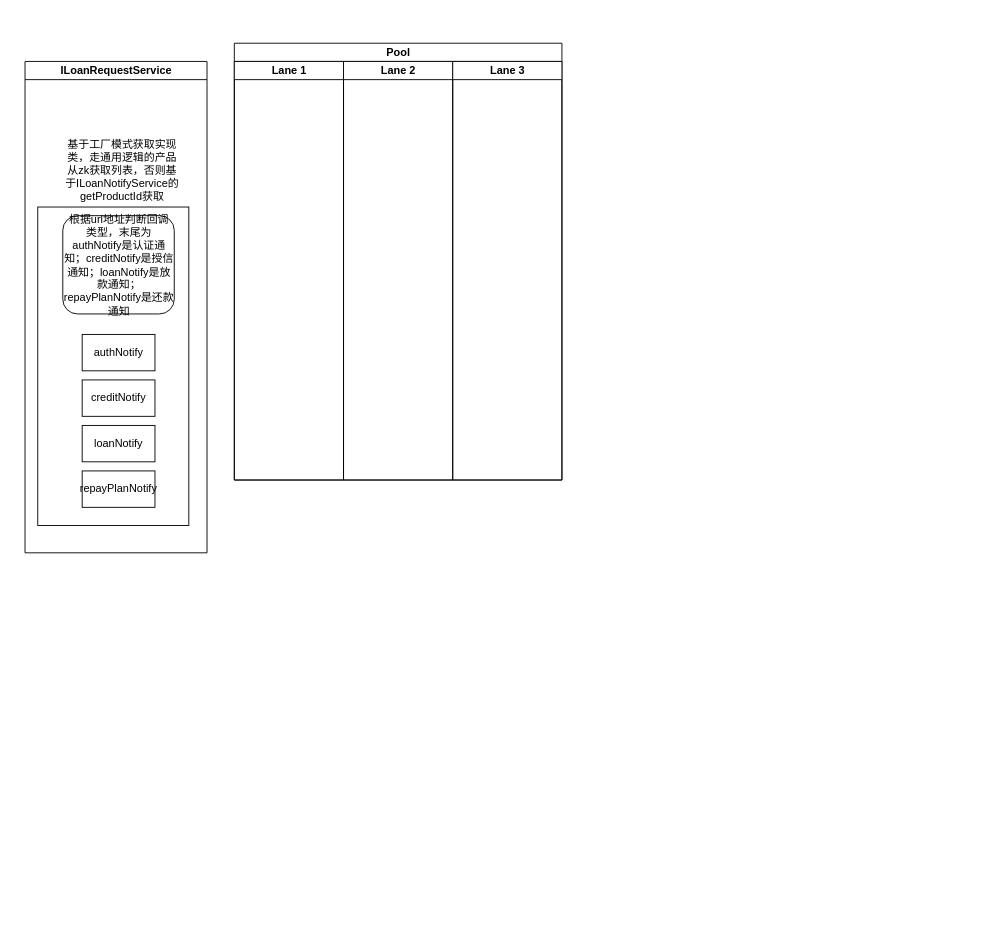
Above: 未命名绘图.drawio in 789489498/kafka-trunk (draw.io), before the change. Source tidied: cells renumbered, new cells numbered last; positions are measured from the earlier drawing's top-left corner, leaving out a move shared by most shapes. Both pictures are drawn from the tidied source at 91%, with x=0, y=0 at pixel (25, 43).
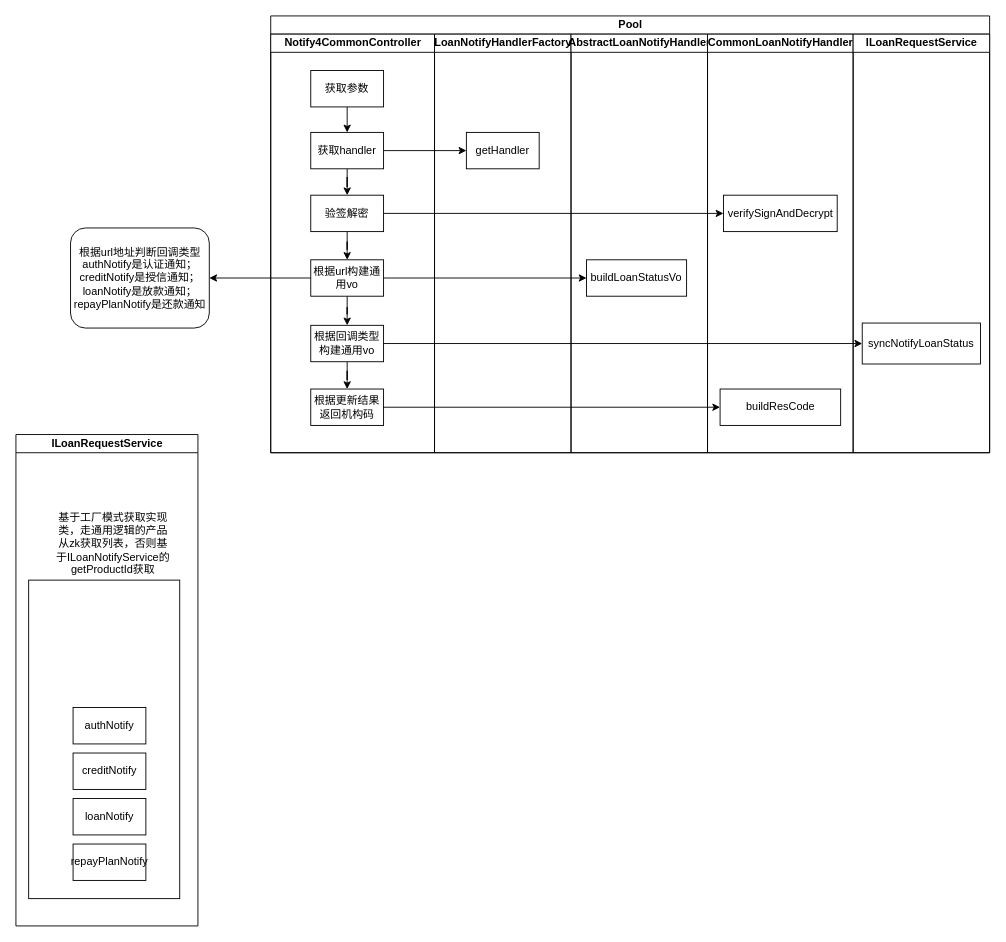
The same diagram, later.

Commit message (it also covers changes not shown here):
更新未命名绘图.drawio

Change to the diagram source:
```diff
@@
     <mxCell id="2" value="ILoanRequestService" style="swimlane;startSize=20;html=1;" parent="1" vertex="1">
-      <mxGeometry y="20" width="200" height="540" as="geometry" />
+      <mxGeometry x="-10" y="430" width="200" height="540" as="geometry" />
     </mxCell>
@@
-    <mxCell id="4" value="根据url地址判断回调类型，末尾为authNotify是认证通知；creditNotify是授信通知；loanNotify是放款通知；repayPlanNotify是还款通知" style="rounded=1;whiteSpace=wrap;html=1;" parent="2" vertex="1">
-      <mxGeometry x="41.5" y="169.5" width="122.5" height="108" as="geometry" />
-    </mxCell>
@@
     <mxCell id="10" value="Pool" style="swimlane;startSize=20;html=1;" parent="1" vertex="1">
-      <mxGeometry x="230" width="360" height="480" as="geometry" />
+      <mxGeometry x="270" y="-30" width="790" height="480" as="geometry" />
     </mxCell>
-    <mxCell id="11" value="Lane 1" style="swimlane;startSize=20;html=1;" parent="10" vertex="1">
-      <mxGeometry y="20" width="120" height="460" as="geometry" />
+    <mxCell id="11" value="&lt;div&gt;Notify4CommonController&lt;/div&gt;" style="swimlane;startSize=20;html=1;" parent="10" vertex="1">
+      <mxGeometry y="20" width="180" height="460" as="geometry" />
     </mxCell>
+    <mxCell id="14" style="edgeStyle=orthogonalEdgeStyle;rounded=0;jettySize=auto;html=1;exitX=0.5;exitY=1;exitDx=0;exitDy=0;entryX=0.5;entryY=0;entryDx=0;entryDy=0;" parent="11" edge="1" source="15" target="17">
+      <mxGeometry relative="1" as="geometry" />
+    </mxCell>
+    <mxCell id="15" value="获取参数" style="rounded=0;whiteSpace=wrap;html=1;" parent="11" vertex="1">
+      <mxGeometry x="44" y="40" width="80" height="40" as="geometry" />
+    </mxCell>
+    <mxCell id="16" style="edgeStyle=orthogonalEdgeStyle;rounded=0;jettySize=auto;html=1;exitX=0.5;exitY=1;exitDx=0;exitDy=0;" parent="11" edge="1" source="17" target="21">
+      <mxGeometry relative="1" as="geometry" />
+    </mxCell>
+    <mxCell id="17" value="获取handler" style="rounded=0;whiteSpace=wrap;html=1;" parent="11" vertex="1">
+      <mxGeometry x="44" y="108" width="80" height="40" as="geometry" />
+    </mxCell>
+    <mxCell id="18" style="edgeStyle=orthogonalEdgeStyle;rounded=0;jettySize=auto;html=1;exitX=0.5;exitY=1;exitDx=0;exitDy=0;" parent="11" edge="1" source="19" target="23">
+      <mxGeometry relative="1" as="geometry" />
+    </mxCell>
+    <mxCell id="19" value="根据url构建通用vo" style="rounded=0;whiteSpace=wrap;html=1;" parent="11" vertex="1">
+      <mxGeometry x="44" y="248" width="80" height="40" as="geometry" />
+    </mxCell>
+    <mxCell id="20" style="edgeStyle=orthogonalEdgeStyle;rounded=0;jettySize=auto;html=1;exitX=0.5;exitY=1;exitDx=0;exitDy=0;" parent="11" edge="1" source="21" target="19">
+      <mxGeometry relative="1" as="geometry" />
+    </mxCell>
+    <mxCell id="21" value="验签解密" style="rounded=0;whiteSpace=wrap;html=1;" parent="11" vertex="1">
+      <mxGeometry x="44" y="177" width="80" height="40" as="geometry" />
+    </mxCell>
+    <mxCell id="22" style="edgeStyle=orthogonalEdgeStyle;rounded=0;jettySize=auto;html=1;exitX=0.5;exitY=1;exitDx=0;exitDy=0;" parent="11" edge="1" source="23" target="24">
+      <mxGeometry relative="1" as="geometry" />
+    </mxCell>
+    <mxCell id="23" value="根据回调类型构建通用vo" style="rounded=0;whiteSpace=wrap;html=1;" parent="11" vertex="1">
+      <mxGeometry x="44" y="320" width="80" height="40" as="geometry" />
+    </mxCell>
+    <mxCell id="24" value="根据更新结果返回机构码" style="rounded=0;whiteSpace=wrap;html=1;" parent="11" vertex="1">
+      <mxGeometry x="44" y="390" width="80" height="40" as="geometry" />
+    </mxCell>
+    <mxCell id="25" style="edgeStyle=orthogonalEdgeStyle;rounded=0;jettySize=auto;html=1;exitX=1;exitY=0.5;exitDx=0;exitDy=0;" parent="10" edge="1" source="21" target="29">
+      <mxGeometry relative="1" as="geometry" />
+    </mxCell>
-    <mxCell id="12" value="Lane 2" style="swimlane;startSize=20;html=1;" parent="10" vertex="1">
-      <mxGeometry x="120" y="20" width="120" height="460" as="geometry" />
+    <mxCell id="12" value="LoanNotifyHandlerFactory" style="swimlane;startSize=20;html=1;" parent="10" vertex="1">
+      <mxGeometry x="180" y="20" width="150" height="460" as="geometry" />
     </mxCell>
+    <mxCell id="26" value="getHandler" style="rounded=0;whiteSpace=wrap;html=1;" parent="12" vertex="1">
+      <mxGeometry x="35" y="108" width="80" height="40" as="geometry" />
+    </mxCell>
+    <mxCell id="27" value="AbstractLoanNotifyHandler" style="swimlane;startSize=20;html=1;" parent="10" vertex="1">
+      <mxGeometry x="330" y="20" width="150" height="460" as="geometry" />
+    </mxCell>
+    <mxCell id="28" value="buildLoanStatusVo" style="rounded=0;whiteSpace=wrap;html=1;" parent="27" vertex="1">
+      <mxGeometry x="17" y="248" width="110" height="40" as="geometry" />
+    </mxCell>
-    <mxCell id="13" value="Lane 3" style="swimlane;startSize=20;html=1;" parent="10" vertex="1">
-      <mxGeometry x="240" y="20" width="120" height="460" as="geometry" />
+    <mxCell id="13" value="CommonLoanNotifyHandler" style="swimlane;startSize=20;html=1;" parent="10" vertex="1">
+      <mxGeometry x="480" y="20" width="160" height="460" as="geometry" />
     </mxCell>
+    <mxCell id="29" value="verifySignAndDecrypt" style="rounded=0;whiteSpace=wrap;html=1;" parent="13" vertex="1">
+      <mxGeometry x="17.5" y="177" width="125" height="40" as="geometry" />
+    </mxCell>
+    <mxCell id="30" value="buildResCode" style="rounded=0;whiteSpace=wrap;html=1;" parent="13" vertex="1">
+      <mxGeometry x="13.8" y="390" width="132.5" height="40" as="geometry" />
+    </mxCell>
+    <mxCell id="31" style="edgeStyle=orthogonalEdgeStyle;rounded=0;jettySize=auto;html=1;exitX=1;exitY=0.5;exitDx=0;exitDy=0;" parent="10" edge="1" source="23" target="34">
+      <mxGeometry relative="1" as="geometry" />
+    </mxCell>
+    <mxCell id="32" style="edgeStyle=orthogonalEdgeStyle;rounded=0;jettySize=auto;html=1;exitX=1;exitY=0.5;exitDx=0;exitDy=0;" parent="10" edge="1" source="24" target="30">
+      <mxGeometry relative="1" as="geometry" />
+    </mxCell>
+    <mxCell id="33" value="ILoanRequestService" style="swimlane;startSize=20;html=1;" parent="10" vertex="1">
+      <mxGeometry x="640" y="20" width="150" height="460" as="geometry" />
+    </mxCell>
+    <mxCell id="34" value="syncNotifyLoanStatus" style="rounded=0;whiteSpace=wrap;html=1;" parent="33" vertex="1">
+      <mxGeometry x="10" y="317.5" width="130" height="45" as="geometry" />
+    </mxCell>
+    <mxCell id="35" style="edgeStyle=orthogonalEdgeStyle;rounded=0;jettySize=auto;html=1;exitX=1;exitY=0.5;exitDx=0;exitDy=0;" parent="10" edge="1" source="17" target="26">
+      <mxGeometry relative="1" as="geometry" />
+    </mxCell>
+    <mxCell id="36" style="edgeStyle=orthogonalEdgeStyle;rounded=0;jettySize=auto;html=1;exitX=1;exitY=0.5;exitDx=0;exitDy=0;" parent="10" edge="1" source="19" target="28">
+      <mxGeometry relative="1" as="geometry" />
+    </mxCell>
+    <mxCell id="4" value="根据url地址判断回调类型authNotify是认证通知；creditNotify是授信通知；loanNotify是放款通知；repayPlanNotify是还款通知" style="rounded=1;whiteSpace=wrap;html=1;" parent="1" vertex="1">
+      <mxGeometry x="50" y="203" width="152.5" height="110" as="geometry" />
+    </mxCell>
+    <mxCell id="37" style="edgeStyle=orthogonalEdgeStyle;rounded=0;jettySize=auto;html=1;exitX=0;exitY=0.5;exitDx=0;exitDy=0;" parent="1" edge="1" source="19" target="4">
+      <mxGeometry relative="1" as="geometry" />
+    </mxCell>
```
